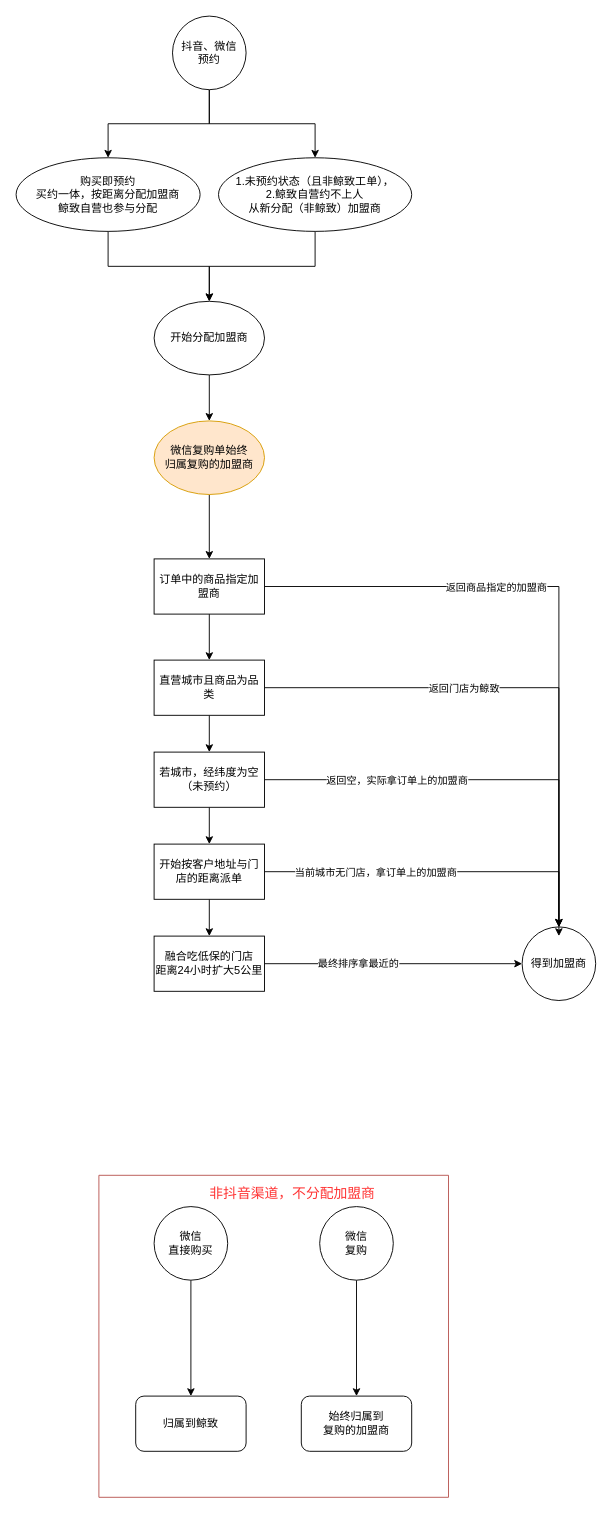
369527279/drwaio keeps this draw.io diagram as 未命名绘图.drawio. Above is the earlier version. Source tidied: cells renumbered, new cells numbered last; positions are measured from the earlier drawing's top-left corner, leaving out a move shared by most shapes. Both pictures are drawn from the tidied source at 92%, with x=0, y=0 at pixel (16, 16).
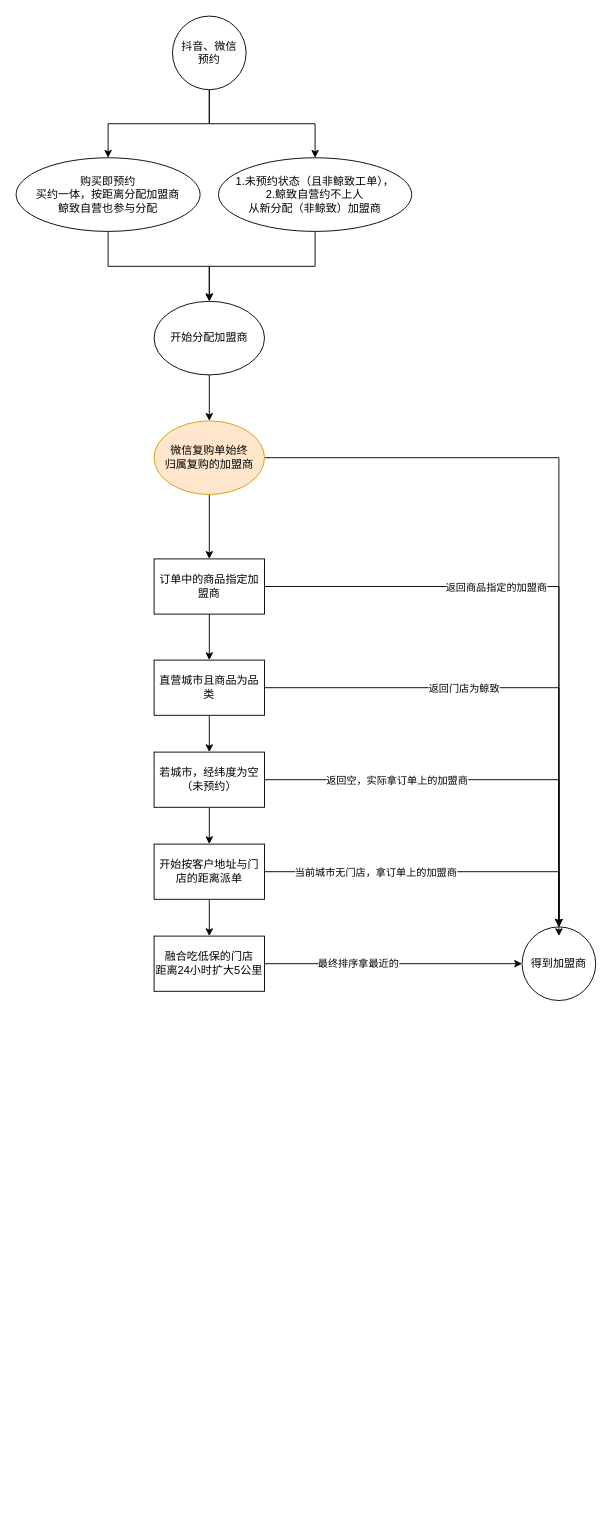
The same page after the edit.

Commit message:
更新未命名绘图.drawio

The change refers to these unchanged cells:
```xml
<mxCell id="25" value="得到加盟商" style="ellipse;whiteSpace=wrap;html=1;" parent="1" vertex="1">
  <mxGeometry x="550" y="990" width="80" height="80" as="geometry" />
</mxCell>
<mxCell id="40" value="微信复购单始终&lt;br&gt;归属复购的加盟商" style="ellipse;whiteSpace=wrap;html=1;fillColor=#ffe6cc;strokeColor=#d79b00;" parent="1" vertex="1">
  <mxGeometry x="150" y="440" width="120" height="80" as="geometry" />
</mxCell>
```

Diff of the diagram source:
```diff
@@
-    <mxCell id="5" style="edgeStyle=orthogonalEdgeStyle;rounded=0;jettySize=auto;html=1;entryX=0.5;entryY=0;entryDx=0;entryDy=0;" parent="1" edge="1" source="6" target="10">
-      <mxGeometry relative="1" as="geometry" />
-    </mxCell>
-    <mxCell id="6" value="微信&lt;br&gt;直接购买" style="ellipse;whiteSpace=wrap;html=1;" parent="1" vertex="1">
-      <mxGeometry x="150" y="1294" width="80" height="80" as="geometry" />
-    </mxCell>
-    <mxCell id="7" style="edgeStyle=orthogonalEdgeStyle;rounded=0;jettySize=auto;html=1;" parent="1" edge="1" source="8" target="9">
-      <mxGeometry relative="1" as="geometry" />
-    </mxCell>
-    <mxCell id="8" value="微信&lt;br&gt;复购" style="ellipse;whiteSpace=wrap;html=1;" parent="1" vertex="1">
-      <mxGeometry x="330" y="1294" width="80" height="80" as="geometry" />
-    </mxCell>
-    <mxCell id="9" value="始终归属到&lt;br&gt;复购的加盟商" style="rounded=1;whiteSpace=wrap;html=1;" parent="1" vertex="1">
-      <mxGeometry x="310" y="1500" width="120" height="60" as="geometry" />
-    </mxCell>
-    <mxCell id="10" value="归属到鲸致" style="rounded=1;whiteSpace=wrap;html=1;" parent="1" vertex="1">
-      <mxGeometry x="130" y="1500" width="120" height="60" as="geometry" />
-    </mxCell>
@@
-    <mxCell id="13" style="swimlane;startSize=0;fillColor=#f8cecc;strokeColor=#b85450;" parent="1" vertex="1">
-      <mxGeometry x="90" y="1260" width="380" height="350" as="geometry" />
-    </mxCell>
-    <mxCell id="14" value="&lt;font color=&quot;#ff3333&quot; style=&quot;font-size: 15px;&quot;&gt;非抖音渠道，不分配加盟商&lt;/font&gt;" style="text;html=1;align=center;verticalAlign=middle;strokeColor=none;fillColor=none;" parent="13" vertex="1">
-      <mxGeometry x="110" y="4" width="200" height="30" as="geometry" />
-    </mxCell>
@@
+    <mxCell id="41" style="edgeStyle=orthogonalEdgeStyle;rounded=0;jettySize=auto;html=1;" parent="1" edge="1" source="40" target="25">
+      <mxGeometry relative="1" as="geometry" />
+    </mxCell>
```
